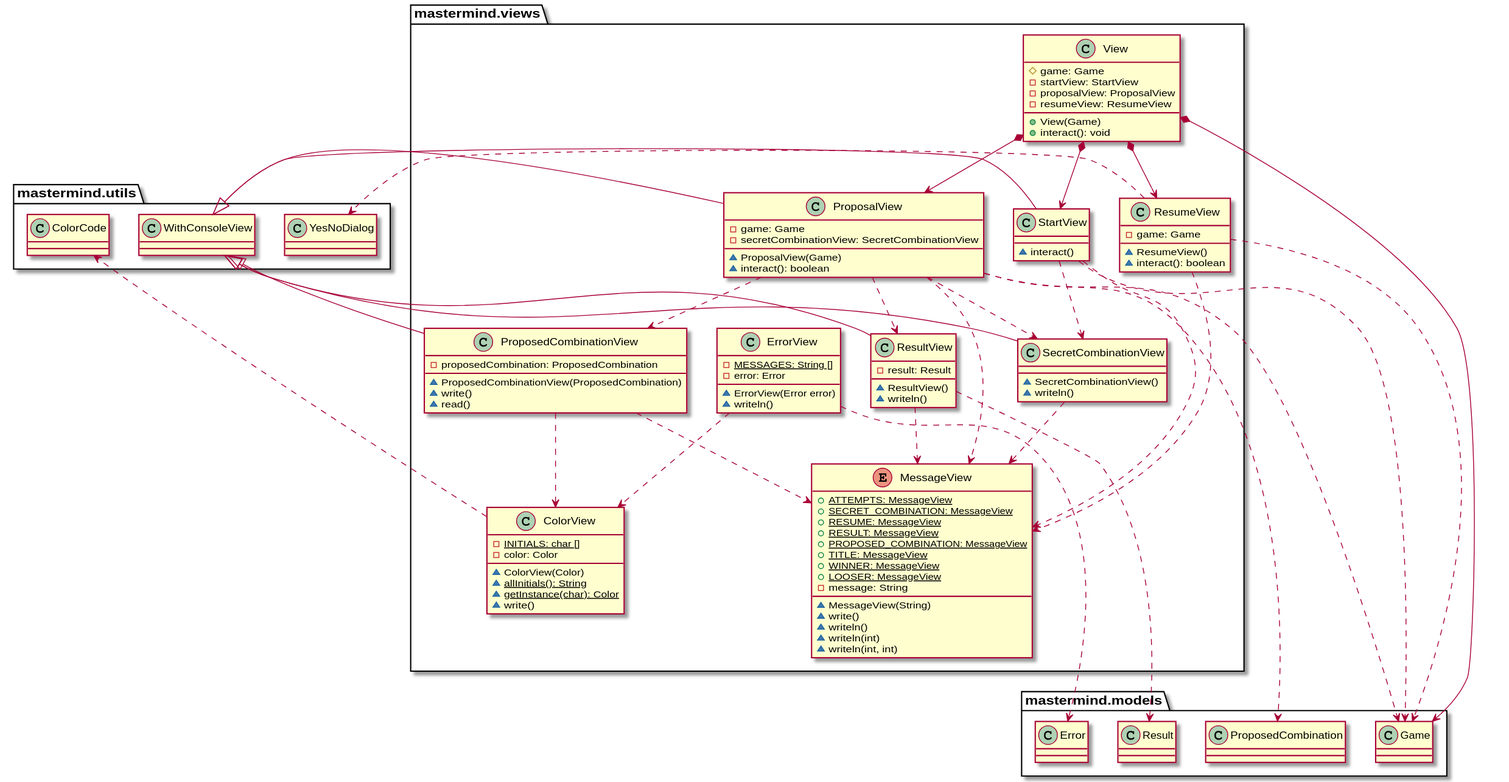
Earlier version of the PlantUML export documentView/console/docs/diagrams/out/paquetes/mastermind.views.svg (SantaTecla-mastermind/solution.java.swing.socket.sql).
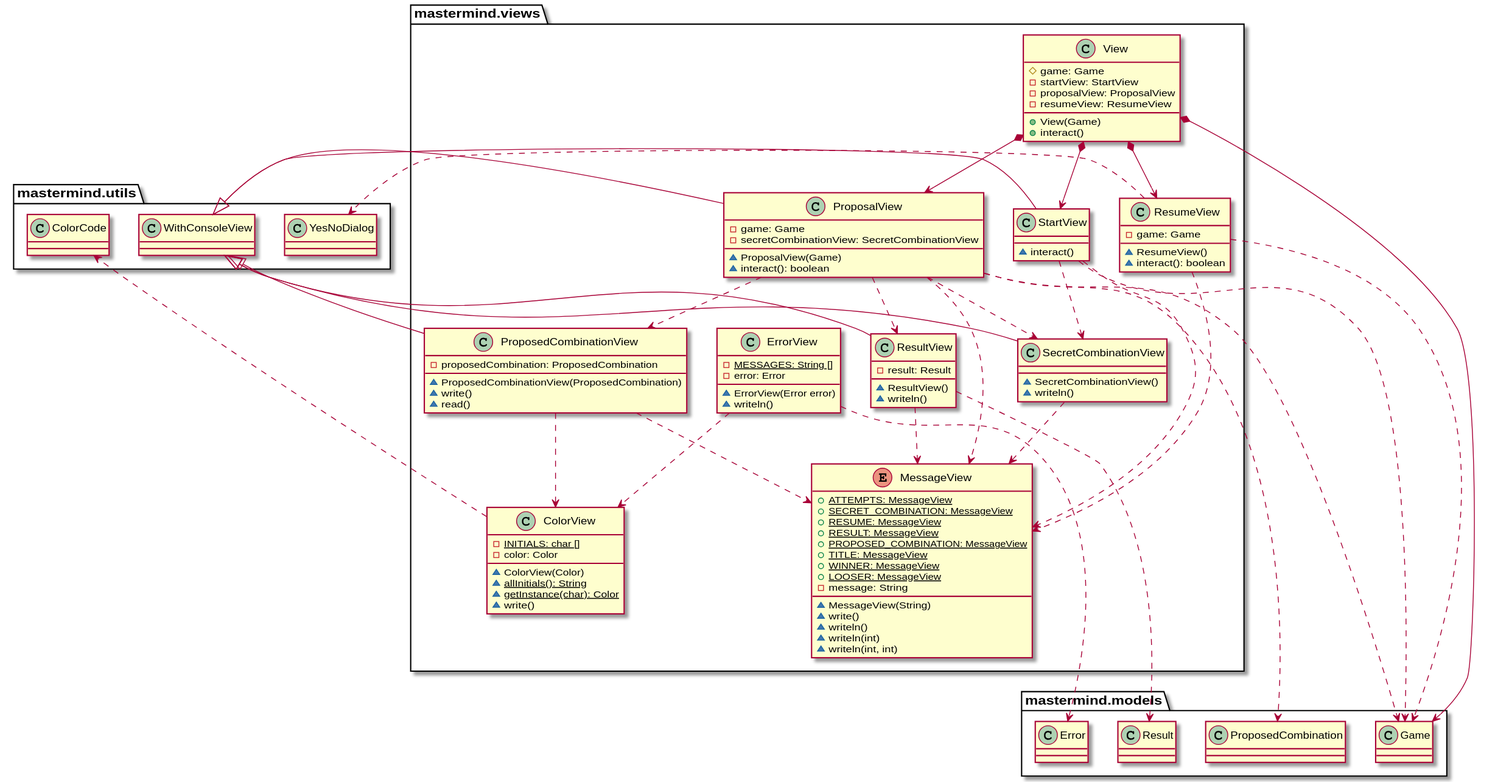
The same file after the commit.

Change to the diagram source:
```diff
@@ -99,7 +99,7 @@
 - proposalView: ProposalView
 - resumeView: ResumeView
 + View(Game)
-+ interact(): void
++ interact()
 }
 mastermind.views.View *-down-> mastermind.views.ProposalView
 mastermind.views.View *-down-> mastermind.views.StartView
```
